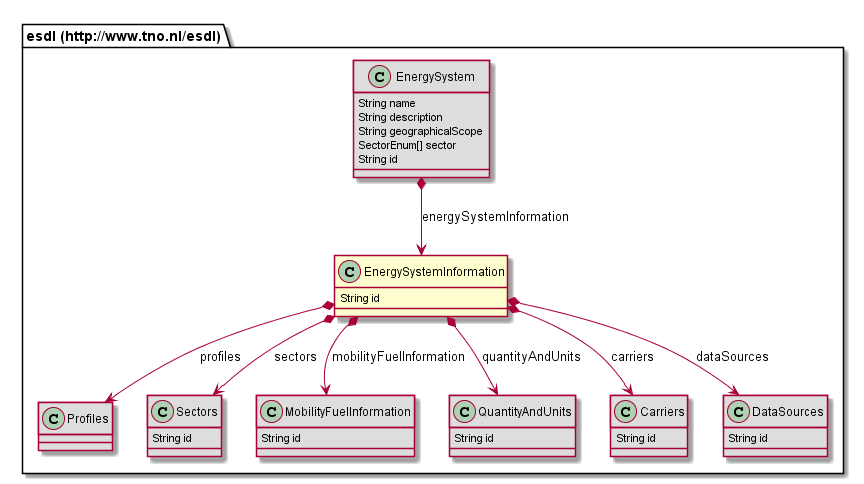
The PlantUML diagram 687474703a2f2f7777772e746e6f2e6e6c2f6573646c/EnergySystemInformation.png in EnergyTransition/energytransition.github.io, before a commit.
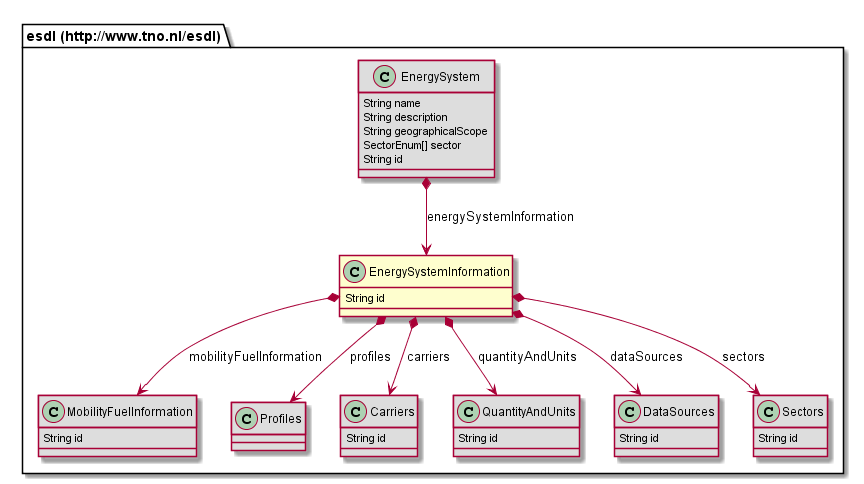
The same diagram one commit later.

Change to the diagram source:
```diff
@@ -1,5 +1,8 @@
 @startuml
 class "esdl (http://www.tno.nl/esdl).EnergySystemInformation" [[#router/doc-content/687474703a2f2f7777772e746e6f2e6e6c2f6573646c/EnergySystemInformation.html]] {
+	String id
+}
+class "esdl (http://www.tno.nl/esdl).MobilityFuelInformation" [[#router/doc-content/687474703a2f2f7777772e746e6f2e6e6c2f6573646c/MobilityFuelInformation.html]] #DDDDDD {
 	String id
 }
 class "esdl (http://www.tno.nl/esdl).Profiles" [[#router/doc-content/687474703a2f2f7777772e746e6f2e6e6c2f6573646c/Profiles.html]] #DDDDDD {
@@ -11,19 +14,16 @@
 	SectorEnum[] sector
 	String id
 }
-class "esdl (http://www.tno.nl/esdl).Sectors" [[#router/doc-content/687474703a2f2f7777772e746e6f2e6e6c2f6573646c/Sectors.html]] #DDDDDD {
-	String id
-}
-class "esdl (http://www.tno.nl/esdl).MobilityFuelInformation" [[#router/doc-content/687474703a2f2f7777772e746e6f2e6e6c2f6573646c/MobilityFuelInformation.html]] #DDDDDD {
+class "esdl (http://www.tno.nl/esdl).Carriers" [[#router/doc-content/687474703a2f2f7777772e746e6f2e6e6c2f6573646c/Carriers.html]] #DDDDDD {
 	String id
 }
 class "esdl (http://www.tno.nl/esdl).QuantityAndUnits" [[#router/doc-content/687474703a2f2f7777772e746e6f2e6e6c2f6573646c/QuantityAndUnits.html]] #DDDDDD {
 	String id
 }
-class "esdl (http://www.tno.nl/esdl).Carriers" [[#router/doc-content/687474703a2f2f7777772e746e6f2e6e6c2f6573646c/Carriers.html]] #DDDDDD {
+class "esdl (http://www.tno.nl/esdl).DataSources" [[#router/doc-content/687474703a2f2f7777772e746e6f2e6e6c2f6573646c/DataSources.html]] #DDDDDD {
 	String id
 }
-class "esdl (http://www.tno.nl/esdl).DataSources" [[#router/doc-content/687474703a2f2f7777772e746e6f2e6e6c2f6573646c/DataSources.html]] #DDDDDD {
+class "esdl (http://www.tno.nl/esdl).Sectors" [[#router/doc-content/687474703a2f2f7777772e746e6f2e6e6c2f6573646c/Sectors.html]] #DDDDDD {
 	String id
 }
 "esdl (http://www.tno.nl/esdl).EnergySystem" *--> "esdl (http://www.tno.nl/esdl).EnergySystemInformation" : energySystemInformation
```
